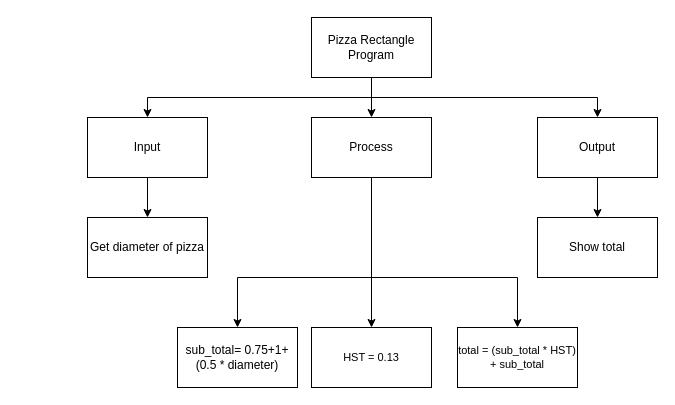
This is design.drawio from michael-clermont1/ICS3U-Unit3-01-Python, a draw.io file, before an edit. Source tidied: cells renumbered, new cells numbered last; positions are measured from the earlier drawing's top-left corner, leaving out a move shared by most shapes. Both pictures are drawn from the tidied source at 100%, with x=0, y=0 at pixel (87, 17).
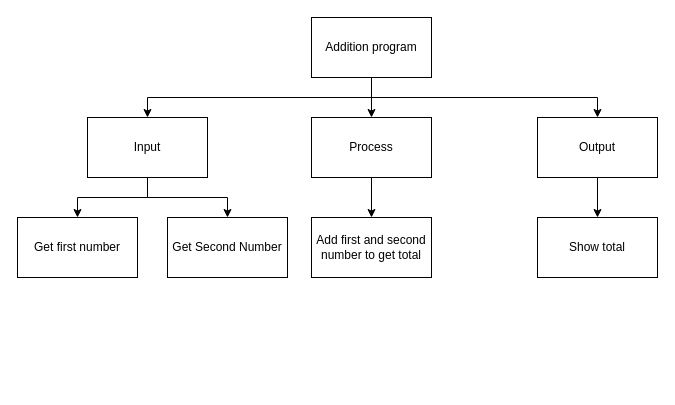
After the change.

Commit message (it also covers changes not shown here):
added flowchart and design

The change refers to these unchanged cells:
```xml
<mxCell id="7" value="Input" style="rounded=0;whiteSpace=wrap;html=1;" parent="1" vertex="1">
  <mxGeometry y="100" width="120" height="60" as="geometry" />
</mxCell>
<mxCell id="11" value="Process" style="rounded=0;whiteSpace=wrap;html=1;" parent="1" vertex="1">
  <mxGeometry x="224" y="100" width="120" height="60" as="geometry" />
</mxCell>
```

Change to the diagram source:
```diff
@@
-    <mxCell id="5" value="Pizza Rectangle Program" style="rounded=0;whiteSpace=wrap;html=1;" parent="1" vertex="1">
+    <mxCell id="5" value="Addition program" style="rounded=0;whiteSpace=wrap;html=1;" parent="1" vertex="1">
       <mxGeometry x="224" width="120" height="60" as="geometry" />
     </mxCell>
+    <mxCell id="19" style="edgeStyle=orthogonalEdgeStyle;rounded=0;html=1;entryX=0.5;entryY=0;entryDx=0;entryDy=0;" parent="1" edge="1" source="7" target="20">
+      <mxGeometry relative="1" as="geometry" />
+    </mxCell>
-    <mxCell id="6" style="edgeStyle=orthogonalEdgeStyle;shape=connector;rounded=0;html=1;entryX=0.5;entryY=0;entryDx=0;entryDy=0;labelBackgroundColor=default;fontFamily=Helvetica;fontSize=11;fontColor=default;endArrow=classic;strokeColor=default;" parent="1" edge="1" source="7" target="14">
+    <mxCell id="6" style="edgeStyle=orthogonalEdgeStyle;rounded=0;html=1;entryX=0.5;entryY=0;entryDx=0;entryDy=0;" parent="1" edge="1" source="7" target="14">
       <mxGeometry relative="1" as="geometry" />
     </mxCell>
@@
-    <mxCell id="8" style="edgeStyle=orthogonalEdgeStyle;shape=connector;rounded=0;html=1;entryX=0.5;entryY=0;entryDx=0;entryDy=0;labelBackgroundColor=default;fontFamily=Helvetica;fontSize=11;fontColor=default;endArrow=classic;strokeColor=default;" parent="1" edge="1" source="11" target="15">
-      <mxGeometry relative="1" as="geometry">
-        <Array as="points">
-          <mxPoint x="284" y="260" />
-          <mxPoint x="150" y="260" />
-        </Array>
-      </mxGeometry>
+    <mxCell id="8" style="edgeStyle=orthogonalEdgeStyle;rounded=0;html=1;entryX=0.5;entryY=0;entryDx=0;entryDy=0;" parent="1" edge="1" source="11" target="15">
+      <mxGeometry relative="1" as="geometry" />
     </mxCell>
-    <mxCell id="9" style="edgeStyle=orthogonalEdgeStyle;shape=connector;rounded=0;html=1;entryX=0.5;entryY=0;entryDx=0;entryDy=0;labelBackgroundColor=default;fontFamily=Helvetica;fontSize=11;fontColor=default;endArrow=classic;strokeColor=default;" parent="1" edge="1" source="11" target="17">
-      <mxGeometry relative="1" as="geometry" />
-    </mxCell>
-    <mxCell id="10" style="edgeStyle=orthogonalEdgeStyle;shape=connector;rounded=0;html=1;entryX=0.5;entryY=0;entryDx=0;entryDy=0;labelBackgroundColor=default;fontFamily=Helvetica;fontSize=11;fontColor=default;endArrow=classic;strokeColor=default;" parent="1" edge="1" source="11" target="18">
-      <mxGeometry relative="1" as="geometry">
-        <Array as="points">
-          <mxPoint x="284" y="260" />
-          <mxPoint x="430" y="260" />
-        </Array>
-      </mxGeometry>
-    </mxCell>
@@
-    <mxCell id="14" value="Get diameter of pizza" style="rounded=0;whiteSpace=wrap;html=1;" parent="1" vertex="1">
-      <mxGeometry y="200" width="120" height="60" as="geometry" />
+    <mxCell id="14" value="Get first number" style="rounded=0;whiteSpace=wrap;html=1;" parent="1" vertex="1">
+      <mxGeometry x="-70" y="200" width="120" height="60" as="geometry" />
     </mxCell>
-    <mxCell id="15" value="sub_total= 0.75+1+ (0.5 * diameter)" style="rounded=0;whiteSpace=wrap;html=1;" parent="1" vertex="1">
-      <mxGeometry x="90" y="310" width="120" height="60" as="geometry" />
+    <mxCell id="15" value="Add first and second number to get total" style="rounded=0;whiteSpace=wrap;html=1;" parent="1" vertex="1">
+      <mxGeometry x="224" y="200" width="120" height="60" as="geometry" />
     </mxCell>
@@
-    <mxCell id="17" value="HST = 0.13" style="rounded=0;whiteSpace=wrap;html=1;fontFamily=Helvetica;fontSize=11;fontColor=default;" parent="1" vertex="1">
-      <mxGeometry x="224" y="310" width="120" height="60" as="geometry" />
-    </mxCell>
-    <mxCell id="18" value="total = (sub_total * HST) + sub_total" style="rounded=0;whiteSpace=wrap;html=1;fontFamily=Helvetica;fontSize=11;fontColor=default;" parent="1" vertex="1">
-      <mxGeometry x="370" y="310" width="120" height="60" as="geometry" />
-    </mxCell>
+    <mxCell id="20" value="Get Second Number" style="rounded=0;whiteSpace=wrap;html=1;" parent="1" vertex="1">
+      <mxGeometry x="80" y="200" width="120" height="60" as="geometry" />
+    </mxCell>
```
